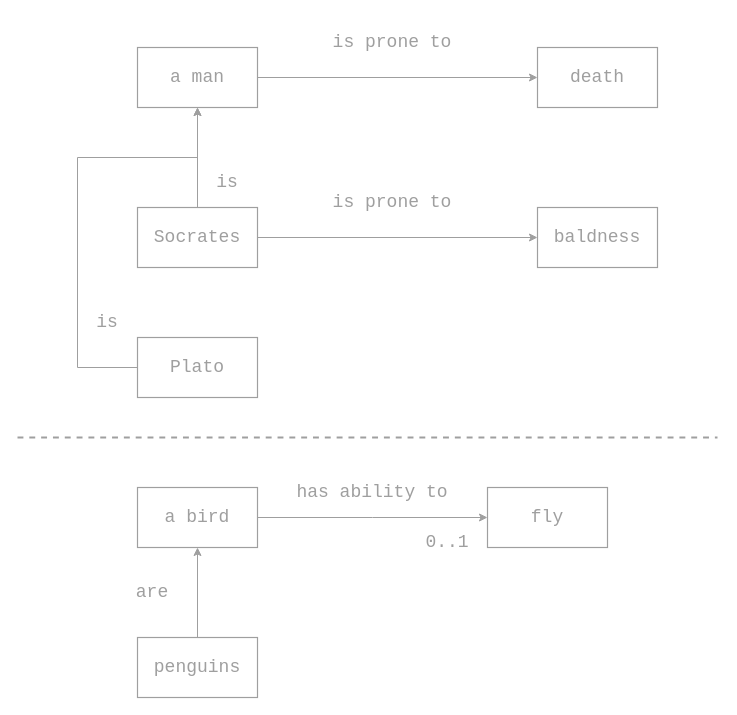
Above: _SRC/assets/drawio/Socrates_dia.drawio in disco85/myblog (draw.io), before the change. Source tidied: cells renumbered, new cells numbered last; positions are measured from the earlier drawing's top-left corner, leaving out a move shared by most shapes. Both pictures are drawn from the tidied source at 100%, with x=0, y=0 at pixel (17, 17).
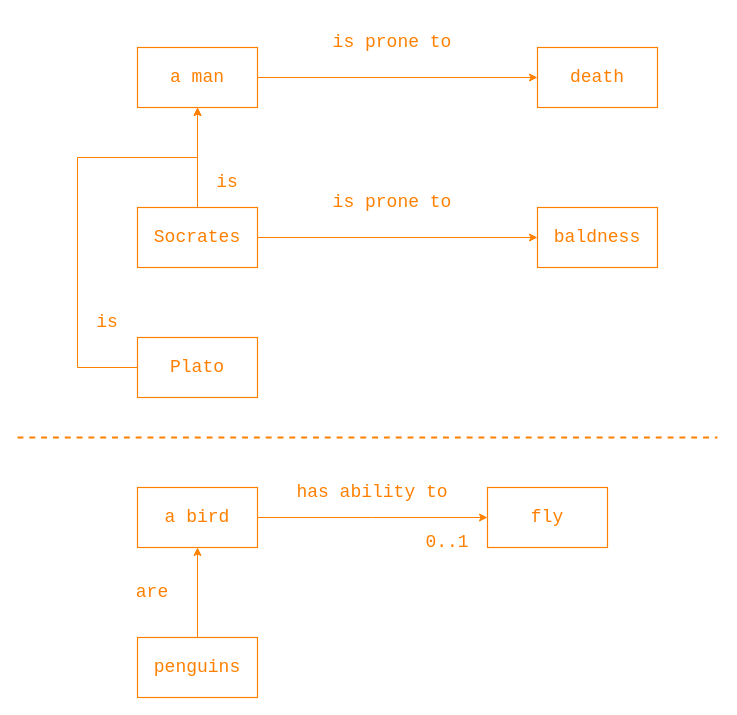
The same diagram, later.

The edit, as a diff of the source:
```diff
@@
-    <mxCell id="2" style="edgeStyle=orthogonalEdgeStyle;shape=connector;rounded=0;jettySize=auto;html=1;exitX=1;exitY=0.5;exitDx=0;exitDy=0;entryX=0;entryY=0.5;entryDx=0;entryDy=0;strokeColor=#9F9F9F;align=center;verticalAlign=middle;fontFamily=Helvetica;fontSize=11;fontColor=default;labelBackgroundColor=default;endArrow=classic;" parent="1" edge="1" source="3" target="9">
+    <mxCell id="2" style="edgeStyle=orthogonalEdgeStyle;shape=connector;rounded=0;jettySize=auto;html=1;exitX=1;exitY=0.5;exitDx=0;exitDy=0;entryX=0;entryY=0.5;entryDx=0;entryDy=0;strokeColor=#FF8000;align=center;verticalAlign=middle;fontFamily=Helvetica;fontSize=11;fontColor=#FF8000;labelBackgroundColor=default;endArrow=classic;" parent="1" edge="1" source="3" target="9">
       <mxGeometry relative="1" as="geometry" />
     </mxCell>
-    <mxCell id="3" value="a man" style="rounded=0;whiteSpace=wrap;html=1;fontSize=18;fillColor=none;fontColor=#9F9F9F;strokeColor=#9F9F9F;align=center;verticalAlign=middle;fontFamily=Monospace;gradientColor=none;strokeWidth=1.1810999999999998;" parent="1" vertex="1">
+    <mxCell id="3" value="a man" style="rounded=0;whiteSpace=wrap;html=1;fontSize=18;fillColor=none;fontColor=#FF8000;strokeColor=#FF8000;align=center;verticalAlign=middle;fontFamily=Monospace;gradientColor=none;strokeWidth=1.1810999999999998;" parent="1" vertex="1">
       <mxGeometry x="120" y="30" width="120" height="60" as="geometry" />
     </mxCell>
-    <mxCell id="4" style="edgeStyle=orthogonalEdgeStyle;rounded=0;jettySize=auto;html=1;exitX=1;exitY=0.5;exitDx=0;exitDy=0;entryX=0;entryY=0.5;entryDx=0;entryDy=0;strokeColor=#9F9F9F;" parent="1" edge="1" source="6" target="7">
+    <mxCell id="4" style="edgeStyle=orthogonalEdgeStyle;rounded=0;jettySize=auto;html=1;exitX=1;exitY=0.5;exitDx=0;exitDy=0;entryX=0;entryY=0.5;entryDx=0;entryDy=0;strokeColor=#FF8000;fontColor=#FF8000;" parent="1" edge="1" source="6" target="7">
       <mxGeometry relative="1" as="geometry" />
     </mxCell>
-    <mxCell id="5" style="edgeStyle=orthogonalEdgeStyle;shape=connector;rounded=0;jettySize=auto;html=1;exitX=0.5;exitY=0;exitDx=0;exitDy=0;entryX=0.5;entryY=1;entryDx=0;entryDy=0;strokeColor=#9F9F9F;align=center;verticalAlign=middle;fontFamily=Helvetica;fontSize=11;fontColor=default;labelBackgroundColor=default;endArrow=classic;" parent="1" edge="1" source="6" target="3">
+    <mxCell id="5" style="edgeStyle=orthogonalEdgeStyle;shape=connector;rounded=0;jettySize=auto;html=1;exitX=0.5;exitY=0;exitDx=0;exitDy=0;entryX=0.5;entryY=1;entryDx=0;entryDy=0;strokeColor=#FF8000;align=center;verticalAlign=middle;fontFamily=Helvetica;fontSize=11;fontColor=#FF8000;labelBackgroundColor=default;endArrow=classic;" parent="1" edge="1" source="6" target="3">
       <mxGeometry relative="1" as="geometry" />
     </mxCell>
-    <mxCell id="6" value="Socrates" style="rounded=0;whiteSpace=wrap;html=1;fontSize=18;fillColor=none;fontColor=#9F9F9F;strokeColor=#9F9F9F;align=center;verticalAlign=middle;fontFamily=Monospace;gradientColor=none;strokeWidth=1.1810999999999998;" parent="1" vertex="1">
+    <mxCell id="6" value="Socrates" style="rounded=0;whiteSpace=wrap;html=1;fontSize=18;fillColor=none;fontColor=#FF8000;strokeColor=#FF8000;align=center;verticalAlign=middle;fontFamily=Monospace;gradientColor=none;strokeWidth=1.1810999999999998;" parent="1" vertex="1">
       <mxGeometry x="120" y="190" width="120" height="60" as="geometry" />
     </mxCell>
-    <mxCell id="7" value="baldness" style="rounded=0;whiteSpace=wrap;html=1;fontSize=18;fillColor=none;fontColor=#9F9F9F;strokeColor=#9F9F9F;align=center;verticalAlign=middle;fontFamily=Monospace;gradientColor=none;strokeWidth=1.1810999999999998;" parent="1" vertex="1">
+    <mxCell id="7" value="baldness" style="rounded=0;whiteSpace=wrap;html=1;fontSize=18;fillColor=none;fontColor=#FF8000;strokeColor=#FF8000;align=center;verticalAlign=middle;fontFamily=Monospace;gradientColor=none;strokeWidth=1.1810999999999998;" parent="1" vertex="1">
       <mxGeometry x="520" y="190" width="120" height="60" as="geometry" />
     </mxCell>
-    <mxCell id="8" value="is prone to" style="text;html=1;whiteSpace=wrap;strokeColor=none;fillColor=none;align=center;verticalAlign=middle;rounded=0;fontFamily=Monospace;fontSize=18;fontColor=#9F9F9F;" parent="1" vertex="1">
+    <mxCell id="8" value="is prone to" style="text;html=1;whiteSpace=wrap;strokeColor=none;fillColor=none;align=center;verticalAlign=middle;rounded=0;fontFamily=Monospace;fontSize=18;fontColor=#FF8000;" parent="1" vertex="1">
       <mxGeometry x="280" y="160" width="190" height="50" as="geometry" />
     </mxCell>
-    <mxCell id="9" value="death" style="rounded=0;whiteSpace=wrap;html=1;fontSize=18;fillColor=none;fontColor=#9F9F9F;strokeColor=#9F9F9F;align=center;verticalAlign=middle;fontFamily=Monospace;gradientColor=none;strokeWidth=1.1810999999999998;" parent="1" vertex="1">
+    <mxCell id="9" value="death" style="rounded=0;whiteSpace=wrap;html=1;fontSize=18;fillColor=none;fontColor=#FF8000;strokeColor=#FF8000;align=center;verticalAlign=middle;fontFamily=Monospace;gradientColor=none;strokeWidth=1.1810999999999998;" parent="1" vertex="1">
       <mxGeometry x="520" y="30" width="120" height="60" as="geometry" />
     </mxCell>
-    <mxCell id="10" value="is prone to" style="text;html=1;whiteSpace=wrap;strokeColor=none;fillColor=none;align=center;verticalAlign=middle;rounded=0;fontFamily=Monospace;fontSize=18;fontColor=#9F9F9F;" parent="1" vertex="1">
+    <mxCell id="10" value="is prone to" style="text;html=1;whiteSpace=wrap;strokeColor=none;fillColor=none;align=center;verticalAlign=middle;rounded=0;fontFamily=Monospace;fontSize=18;fontColor=#FF8000;" parent="1" vertex="1">
       <mxGeometry x="280" width="190" height="50" as="geometry" />
     </mxCell>
-    <mxCell id="11" value="is" style="text;html=1;whiteSpace=wrap;strokeColor=none;fillColor=none;align=center;verticalAlign=middle;rounded=0;fontFamily=Monospace;fontSize=18;fontColor=#9F9F9F;" parent="1" vertex="1">
+    <mxCell id="11" value="is" style="text;html=1;whiteSpace=wrap;strokeColor=none;fillColor=none;align=center;verticalAlign=middle;rounded=0;fontFamily=Monospace;fontSize=18;fontColor=#FF8000;" parent="1" vertex="1">
       <mxGeometry x="180" y="140" width="60" height="50" as="geometry" />
     </mxCell>
-    <mxCell id="12" style="edgeStyle=orthogonalEdgeStyle;shape=connector;rounded=0;jettySize=auto;html=1;exitX=0;exitY=0.5;exitDx=0;exitDy=0;entryX=0.5;entryY=1;entryDx=0;entryDy=0;strokeColor=#9F9F9F;align=center;verticalAlign=middle;fontFamily=Helvetica;fontSize=11;fontColor=default;labelBackgroundColor=default;endArrow=classic;" parent="1" edge="1" source="13" target="3">
+    <mxCell id="12" style="edgeStyle=orthogonalEdgeStyle;shape=connector;rounded=0;jettySize=auto;html=1;exitX=0;exitY=0.5;exitDx=0;exitDy=0;entryX=0.5;entryY=1;entryDx=0;entryDy=0;strokeColor=#FF8000;align=center;verticalAlign=middle;fontFamily=Helvetica;fontSize=11;fontColor=#FF8000;labelBackgroundColor=default;endArrow=classic;" parent="1" edge="1" source="13" target="3">
       <mxGeometry relative="1" as="geometry">
         <Array as="points">
           <mxPoint x="60" y="350" />
           <mxPoint x="60" y="140" />
           <mxPoint x="180" y="140" />
         </Array>
       </mxGeometry>
     </mxCell>
-    <mxCell id="13" value="Plato" style="rounded=0;whiteSpace=wrap;html=1;fontSize=18;fillColor=none;fontColor=#9F9F9F;strokeColor=#9F9F9F;align=center;verticalAlign=middle;fontFamily=Monospace;gradientColor=none;strokeWidth=1.1810999999999998;" parent="1" vertex="1">
+    <mxCell id="13" value="Plato" style="rounded=0;whiteSpace=wrap;html=1;fontSize=18;fillColor=none;fontColor=#FF8000;strokeColor=#FF8000;align=center;verticalAlign=middle;fontFamily=Monospace;gradientColor=none;strokeWidth=1.1810999999999998;" parent="1" vertex="1">
       <mxGeometry x="120" y="320" width="120" height="60" as="geometry" />
     </mxCell>
-    <mxCell id="14" value="is" style="text;html=1;whiteSpace=wrap;strokeColor=none;fillColor=none;align=center;verticalAlign=middle;rounded=0;fontFamily=Monospace;fontSize=18;fontColor=#9F9F9F;" parent="1" vertex="1">
+    <mxCell id="14" value="is" style="text;html=1;whiteSpace=wrap;strokeColor=none;fillColor=none;align=center;verticalAlign=middle;rounded=0;fontFamily=Monospace;fontSize=18;fontColor=#FF8000;" parent="1" vertex="1">
       <mxGeometry x="60" y="280" width="60" height="50" as="geometry" />
     </mxCell>
-    <mxCell id="15" value="a bird" style="rounded=0;whiteSpace=wrap;html=1;fontSize=18;fillColor=none;fontColor=#9F9F9F;strokeColor=#9F9F9F;align=center;verticalAlign=middle;fontFamily=Monospace;gradientColor=none;strokeWidth=1.1810999999999998;" parent="1" vertex="1">
+    <mxCell id="15" value="a bird" style="rounded=0;whiteSpace=wrap;html=1;fontSize=18;fillColor=none;fontColor=#FF8000;strokeColor=#FF8000;align=center;verticalAlign=middle;fontFamily=Monospace;gradientColor=none;strokeWidth=1.1810999999999998;" parent="1" vertex="1">
       <mxGeometry x="120" y="470" width="120" height="60" as="geometry" />
     </mxCell>
-    <mxCell id="16" value="fly" style="rounded=0;whiteSpace=wrap;html=1;fontSize=18;fillColor=none;fontColor=#9F9F9F;strokeColor=#9F9F9F;align=center;verticalAlign=middle;fontFamily=Monospace;gradientColor=none;strokeWidth=1.1810999999999998;" parent="1" vertex="1">
+    <mxCell id="16" value="fly" style="rounded=0;whiteSpace=wrap;html=1;fontSize=18;fillColor=none;fontColor=#FF8000;strokeColor=#FF8000;align=center;verticalAlign=middle;fontFamily=Monospace;gradientColor=none;strokeWidth=1.1810999999999998;" parent="1" vertex="1">
       <mxGeometry x="470" y="470" width="120" height="60" as="geometry" />
     </mxCell>
-    <mxCell id="17" style="edgeStyle=orthogonalEdgeStyle;shape=connector;rounded=0;jettySize=auto;html=1;exitX=1;exitY=0.5;exitDx=0;exitDy=0;strokeColor=#9F9F9F;align=center;verticalAlign=middle;fontFamily=Helvetica;fontSize=11;fontColor=default;labelBackgroundColor=default;endArrow=classic;" parent="1" edge="1" source="15">
+    <mxCell id="17" style="edgeStyle=orthogonalEdgeStyle;shape=connector;rounded=0;jettySize=auto;html=1;exitX=1;exitY=0.5;exitDx=0;exitDy=0;strokeColor=#FF8000;align=center;verticalAlign=middle;fontFamily=Helvetica;fontSize=11;fontColor=#FF8000;labelBackgroundColor=default;endArrow=classic;" parent="1" edge="1" source="15">
       <mxGeometry relative="1" as="geometry">
         <mxPoint x="470" y="500" as="targetPoint" />
       </mxGeometry>
     </mxCell>
-    <mxCell id="18" value="has ability to" style="text;html=1;whiteSpace=wrap;strokeColor=none;fillColor=none;align=center;verticalAlign=middle;rounded=0;fontFamily=Monospace;fontSize=18;fontColor=#9F9F9F;" parent="1" vertex="1">
+    <mxCell id="18" value="has ability to" style="text;html=1;whiteSpace=wrap;strokeColor=none;fillColor=none;align=center;verticalAlign=middle;rounded=0;fontFamily=Monospace;fontSize=18;fontColor=#FF8000;" parent="1" vertex="1">
       <mxGeometry x="260" y="450" width="190" height="50" as="geometry" />
     </mxCell>
-    <mxCell id="19" value="0..1" style="text;html=1;whiteSpace=wrap;strokeColor=none;fillColor=none;align=center;verticalAlign=middle;rounded=0;fontFamily=Monospace;fontSize=18;fontColor=#9F9F9F;" parent="1" vertex="1">
+    <mxCell id="19" value="0..1" style="text;html=1;whiteSpace=wrap;strokeColor=none;fillColor=none;align=center;verticalAlign=middle;rounded=0;fontFamily=Monospace;fontSize=18;fontColor=#FF8000;" parent="1" vertex="1">
       <mxGeometry x="400" y="500" width="60" height="50" as="geometry" />
     </mxCell>
-    <mxCell id="20" style="edgeStyle=orthogonalEdgeStyle;shape=connector;rounded=0;jettySize=auto;html=1;exitX=0.5;exitY=0;exitDx=0;exitDy=0;entryX=0.5;entryY=1;entryDx=0;entryDy=0;strokeColor=#9F9F9F;align=center;verticalAlign=middle;fontFamily=Helvetica;fontSize=11;fontColor=default;labelBackgroundColor=default;endArrow=classic;" parent="1" edge="1" source="21" target="15">
+    <mxCell id="20" style="edgeStyle=orthogonalEdgeStyle;shape=connector;rounded=0;jettySize=auto;html=1;exitX=0.5;exitY=0;exitDx=0;exitDy=0;entryX=0.5;entryY=1;entryDx=0;entryDy=0;strokeColor=#FF8000;align=center;verticalAlign=middle;fontFamily=Helvetica;fontSize=11;fontColor=#FF8000;labelBackgroundColor=default;endArrow=classic;" parent="1" edge="1" source="21" target="15">
       <mxGeometry relative="1" as="geometry" />
     </mxCell>
-    <mxCell id="21" value="penguins" style="rounded=0;whiteSpace=wrap;html=1;fontSize=18;fillColor=none;fontColor=#9F9F9F;strokeColor=#9F9F9F;align=center;verticalAlign=middle;fontFamily=Monospace;gradientColor=none;strokeWidth=1.1810999999999998;" parent="1" vertex="1">
+    <mxCell id="21" value="penguins" style="rounded=0;whiteSpace=wrap;html=1;fontSize=18;fillColor=none;fontColor=#FF8000;strokeColor=#FF8000;align=center;verticalAlign=middle;fontFamily=Monospace;gradientColor=none;strokeWidth=1.1810999999999998;" parent="1" vertex="1">
       <mxGeometry x="120" y="620" width="120" height="60" as="geometry" />
     </mxCell>
-    <mxCell id="22" value="are" style="text;html=1;whiteSpace=wrap;strokeColor=none;fillColor=none;align=center;verticalAlign=middle;rounded=0;fontFamily=Monospace;fontSize=18;fontColor=#9F9F9F;" parent="1" vertex="1">
+    <mxCell id="22" value="are" style="text;html=1;whiteSpace=wrap;strokeColor=none;fillColor=none;align=center;verticalAlign=middle;rounded=0;fontFamily=Monospace;fontSize=18;fontColor=#FF8000;" parent="1" vertex="1">
       <mxGeometry x="90" y="550" width="90" height="50" as="geometry" />
     </mxCell>
-    <mxCell id="23" style="endArrow=none;dashed=1;html=1;rounded=0;strokeColor=#9F9F9F;align=center;verticalAlign=middle;fontFamily=Helvetica;fontSize=11;fontColor=default;labelBackgroundColor=default;edgeStyle=orthogonalEdgeStyle;strokeWidth=1.9685;" parent="1" edge="1">
+    <mxCell id="23" style="endArrow=none;dashed=1;html=1;rounded=0;strokeColor=#FF8000;align=center;verticalAlign=middle;fontFamily=Helvetica;fontSize=11;fontColor=#FF8000;labelBackgroundColor=default;edgeStyle=orthogonalEdgeStyle;strokeWidth=1.9685;" parent="1" edge="1">
       <mxGeometry relative="1" as="geometry">
         <mxPoint y="420" as="sourcePoint" />
         <mxPoint x="700" y="420" as="targetPoint" />
       </mxGeometry>
     </mxCell>
```
